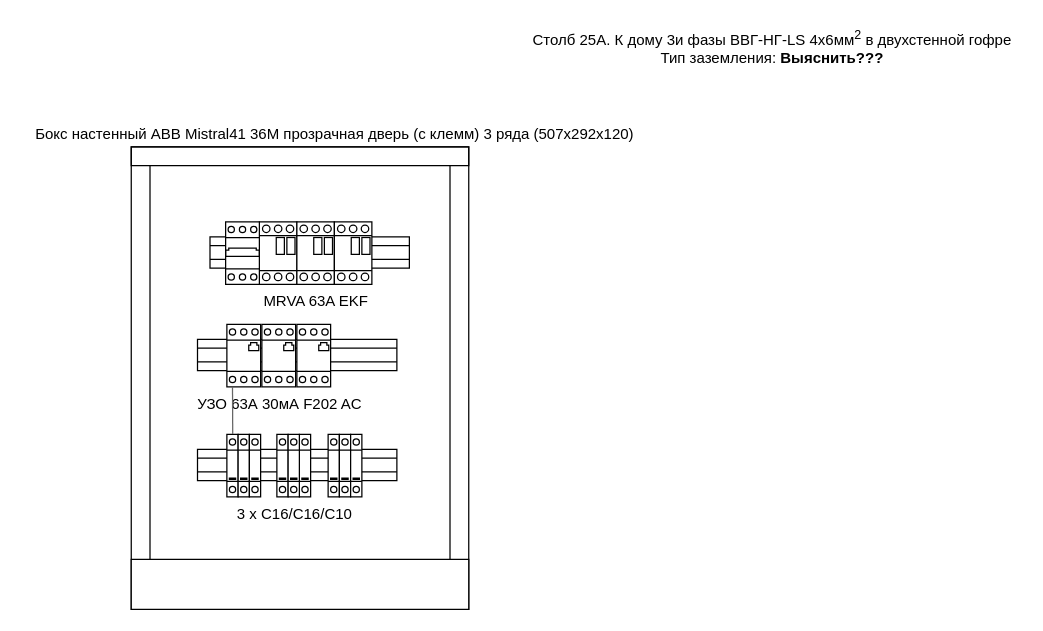
This is minidom_il.drawio from zcho/zcho.github.io, a draw.io file, before an edit. Source tidied: cells renumbered, new cells numbered last; positions are measured from the earlier drawing's top-left corner, leaving out a move shared by most shapes. Both pictures are drawn from the tidied source at 125%, with x=0, y=0 at pixel (21, 21).
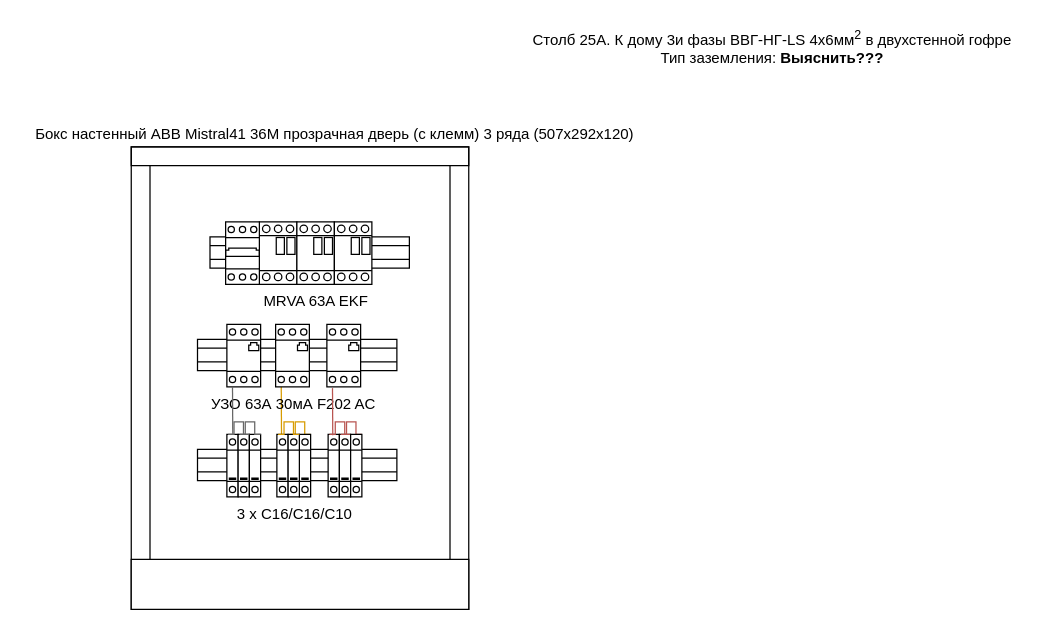
Above is the later version.

Commit message:
UZO-Automats Lines added minidom_il.drawio

The change refers to these unchanged cells:
```xml
<mxCell id="10" style="verticalLabelPosition=bottom;dashed=0;shadow=0;html=1;align=center;verticalAlign=top;shape=mxgraph.cabinets.surge_protection_1p;" parent="1" vertex="1">
  <mxGeometry x="164" y="330" width="9" height="50" as="geometry" />
</mxCell>
```

Change to the diagram source:
```diff
@@
+    <mxCell id="25" style="verticalLabelPosition=bottom;shadow=0;dashed=0;align=center;html=1;verticalAlign=top;shape=mxgraph.electrical.waveforms.pulse_1;fontSize=3;strokeColor=#d79b00;fillColor=#ffe6cc;" parent="1" vertex="1">
+      <mxGeometry x="214" y="320" width="17" height="10" as="geometry" />
+    </mxCell>
+    <mxCell id="26" style="endArrow=none;html=1;fontSize=3;labelBorderColor=none;fillColor=#ffe6cc;strokeColor=#d79b00;exitX=0.519;exitY=-0.007;exitDx=0;exitDy=0;exitPerimeter=0;" parent="1" edge="1">
+      <mxGeometry relative="1" as="geometry">
+        <mxPoint x="207.7" y="329.7" as="sourcePoint" />
+        <mxPoint x="207.5" y="292" as="targetPoint" />
+      </mxGeometry>
+    </mxCell>
@@
     <mxCell id="15" value="УЗО 63А 30мА F202 AC" style="verticalLabelPosition=bottom;dashed=0;shadow=0;html=1;align=center;verticalAlign=top;shape=mxgraph.cabinets.motor_protection_cb;" parent="1" vertex="1">
-      <mxGeometry x="192" y="242" width="27" height="50" as="geometry" />
+      <mxGeometry x="203" y="242" width="27" height="50" as="geometry" />
     </mxCell>
     <mxCell id="16" style="verticalLabelPosition=bottom;dashed=0;shadow=0;html=1;align=center;verticalAlign=top;shape=mxgraph.cabinets.motor_protection_cb;" parent="1" vertex="1">
-      <mxGeometry x="220" y="242" width="27" height="50" as="geometry" />
+      <mxGeometry x="244" y="242" width="27" height="50" as="geometry" />
     </mxCell>
@@
+    <mxCell id="27" style="verticalLabelPosition=bottom;shadow=0;dashed=0;align=center;html=1;verticalAlign=top;shape=mxgraph.electrical.waveforms.pulse_1;fontSize=3;strokeColor=#b85450;fillColor=#f8cecc;" parent="1" vertex="1">
+      <mxGeometry x="246" y="320" width="17" height="10" as="geometry" />
+    </mxCell>
+    <mxCell id="28" style="verticalLabelPosition=bottom;shadow=0;dashed=0;align=center;html=1;verticalAlign=top;shape=mxgraph.electrical.waveforms.pulse_1;fontSize=3;strokeColor=#b85450;fillColor=#f8cecc;" parent="1" vertex="1">
+      <mxGeometry x="255" y="320" width="17" height="10" as="geometry" />
+    </mxCell>
@@
-    <mxCell id="24" style="endArrow=none;html=1;fontSize=3;labelBorderColor=none;fillColor=#f5f5f5;strokeColor=#666666;exitX=0.519;exitY=-0.007;exitDx=0;exitDy=0;exitPerimeter=0;" parent="1" edge="1" source="10">
+    <mxCell id="24" style="endArrow=none;html=1;fontSize=3;labelBorderColor=none;fillColor=#f5f5f5;strokeColor=#666666;exitX=0.519;exitY=-0.007;exitDx=0;exitDy=0;exitPerimeter=0;" parent="1" edge="1">
       <mxGeometry relative="1" as="geometry">
+        <mxPoint x="168.7" y="329.6" as="sourcePoint" />
         <mxPoint x="168.5" y="292" as="targetPoint" />
       </mxGeometry>
     </mxCell>
+    <mxCell id="29" style="endArrow=none;html=1;fontSize=3;labelBorderColor=none;fillColor=#f8cecc;strokeColor=#b85450;exitX=0.519;exitY=-0.007;exitDx=0;exitDy=0;exitPerimeter=0;" parent="1" edge="1">
+      <mxGeometry relative="1" as="geometry">
+        <mxPoint x="248.7" y="330.7" as="sourcePoint" />
+        <mxPoint x="248.5" y="293" as="targetPoint" />
+      </mxGeometry>
+    </mxCell>
+    <mxCell id="30" style="verticalLabelPosition=bottom;shadow=0;dashed=0;align=center;html=1;verticalAlign=top;shape=mxgraph.electrical.waveforms.pulse_1;fontSize=3;fillColor=#f5f5f5;strokeColor=#666666;fontColor=#333333;" parent="1" vertex="1">
+      <mxGeometry x="165" y="320" width="17" height="10" as="geometry" />
+    </mxCell>
+    <mxCell id="31" style="verticalLabelPosition=bottom;shadow=0;dashed=0;align=center;html=1;verticalAlign=top;shape=mxgraph.electrical.waveforms.pulse_1;fontSize=3;fillColor=#f5f5f5;strokeColor=#666666;fontColor=#333333;" parent="1" vertex="1">
+      <mxGeometry x="174" y="320" width="17" height="10" as="geometry" />
+    </mxCell>
+    <mxCell id="32" style="verticalLabelPosition=bottom;shadow=0;dashed=0;align=center;html=1;verticalAlign=top;shape=mxgraph.electrical.waveforms.pulse_1;fontSize=3;fillColor=#ffe6cc;strokeColor=#d79b00;" parent="1" vertex="1">
+      <mxGeometry x="205" y="320" width="17" height="10" as="geometry" />
+    </mxCell>
```
